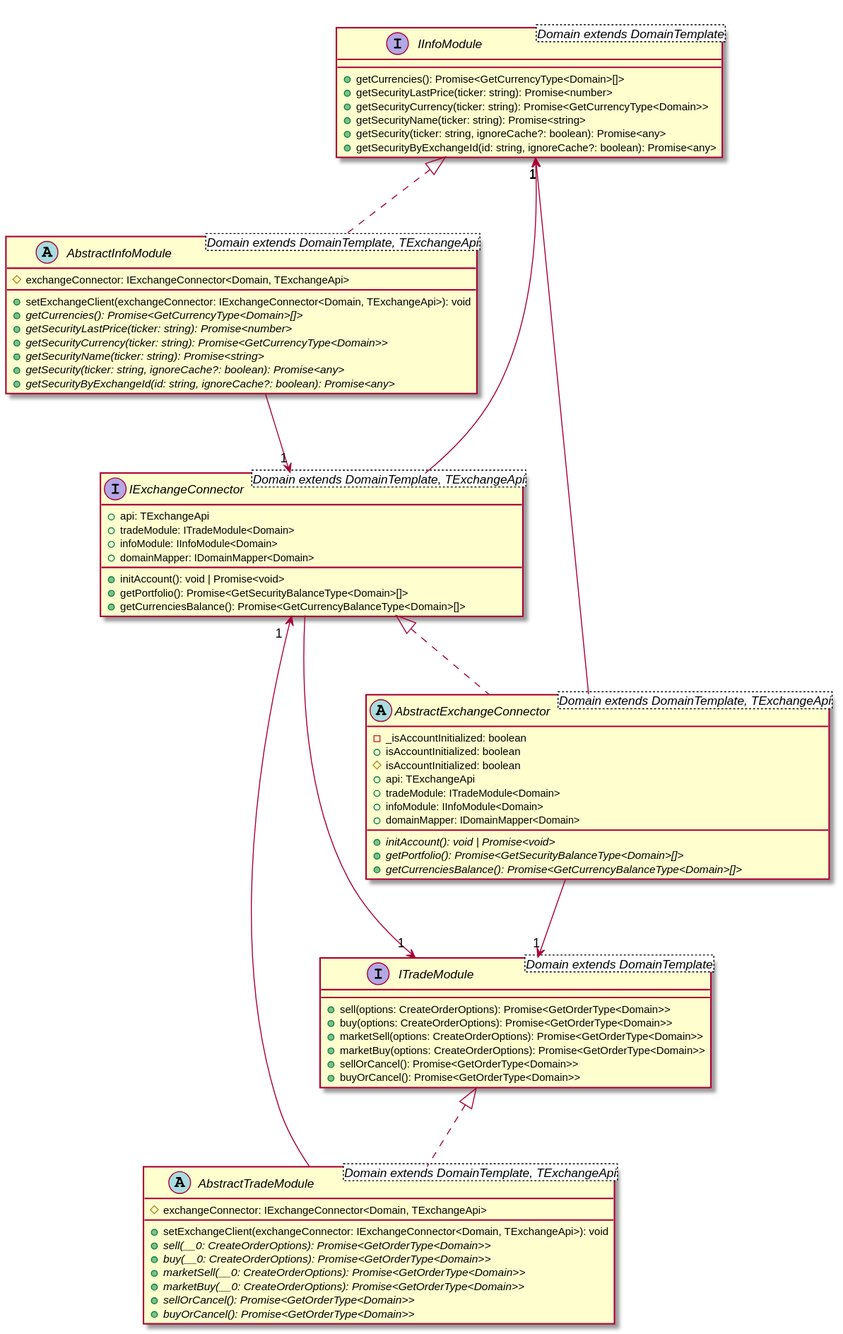
Above: .docs/public/diagrams/connector.svg in d0rich/tradeb0t (PlantUML), before the change.
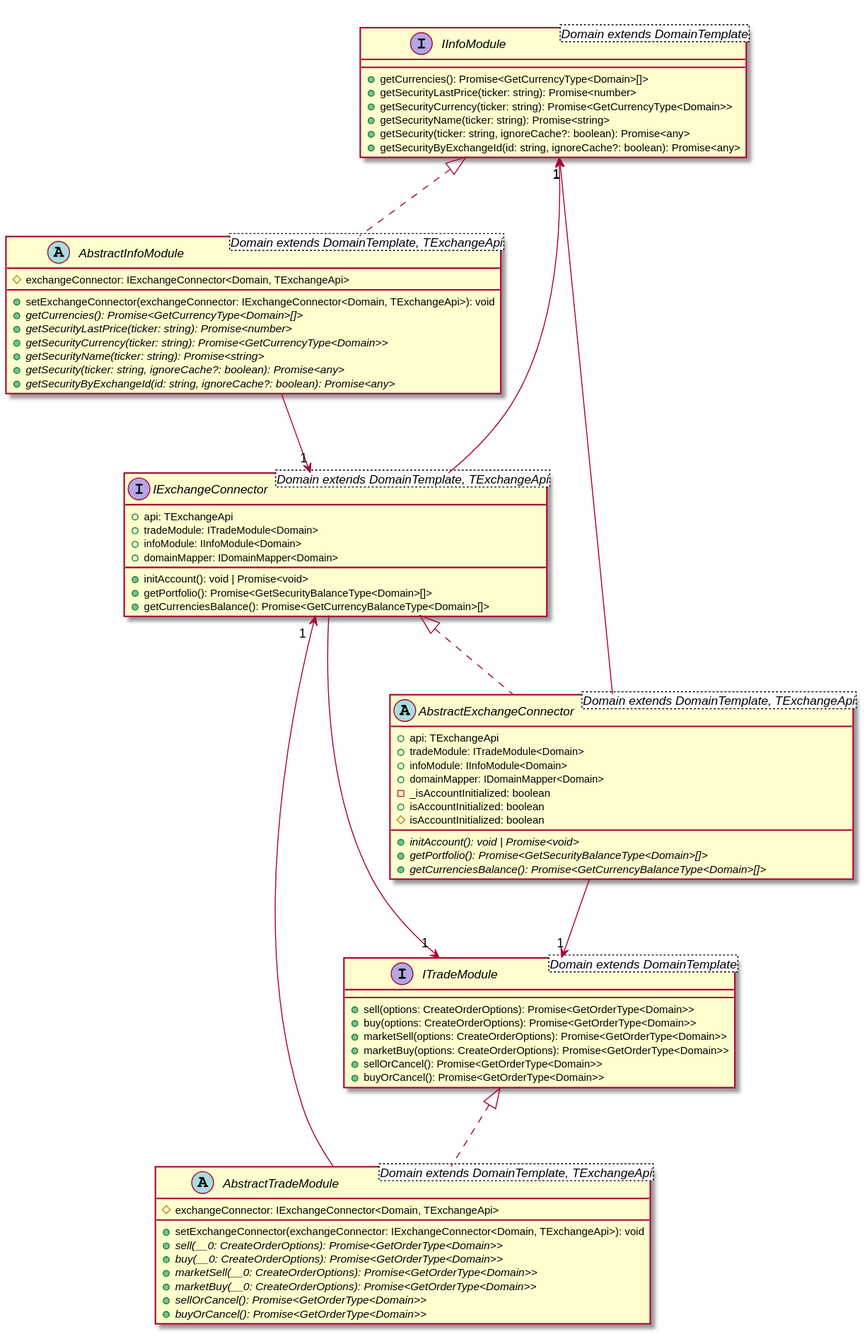
The same diagram one commit later.

Diff of the diagram source:
```diff
@@ -26,7 +26,7 @@
 }
 abstract class AbstractInfoModule<Domain extends DomainTemplate, TExchangeApi> implements IInfoModule {
     #exchangeConnector: IExchangeConnector<Domain, TExchangeApi>
-    +setExchangeClient(exchangeConnector: IExchangeConnector<Domain, TExchangeApi>): void
+    +setExchangeConnector(exchangeConnector: IExchangeConnector<Domain, TExchangeApi>): void
     +{abstract} getCurrencies(): Promise<GetCurrencyType<Domain>[]>
     +{abstract} getSecurityLastPrice(ticker: string): Promise<number>
     +{abstract} getSecurityCurrency(ticker: string): Promise<GetCurrencyType<Domain>>
@@ -36,7 +36,7 @@
 }
 abstract class AbstractTradeModule<Domain extends DomainTemplate, TExchangeApi> implements ITradeModule {
     #exchangeConnector: IExchangeConnector<Domain, TExchangeApi>
-    +setExchangeClient(exchangeConnector: IExchangeConnector<Domain, TExchangeApi>): void
+    +setExchangeConnector(exchangeConnector: IExchangeConnector<Domain, TExchangeApi>): void
     +{abstract} sell(__0: CreateOrderOptions): Promise<GetOrderType<Domain>>
     +{abstract} buy(__0: CreateOrderOptions): Promise<GetOrderType<Domain>>
     +{abstract} marketSell(__0: CreateOrderOptions): Promise<GetOrderType<Domain>>
@@ -45,9 +45,6 @@
     +{abstract} buyOrCancel(): Promise<GetOrderType<Domain>>
 }
 abstract class AbstractExchangeConnector<Domain extends DomainTemplate, TExchangeApi> implements IExchangeConnector {
-    -_isAccountInitialized: boolean
-    +isAccountInitialized: boolean
-    #isAccountInitialized: boolean
     +api: TExchangeApi
     +tradeModule: ITradeModule<Domain>
     +infoModule: IInfoModule<Domain>
@@ -55,6 +52,9 @@
     +{abstract} initAccount(): void | Promise<void>
     +{abstract} getPortfolio(): Promise<GetSecurityBalanceType<Domain>[]>
     +{abstract} getCurrenciesBalance(): Promise<GetCurrencyBalanceType<Domain>[]>
+    -_isAccountInitialized: boolean
+    +isAccountInitialized: boolean
+    #isAccountInitialized: boolean
 }
 IExchangeConnector --> "1" ITradeModule
 IExchangeConnector --> "1" IInfoModule
```
